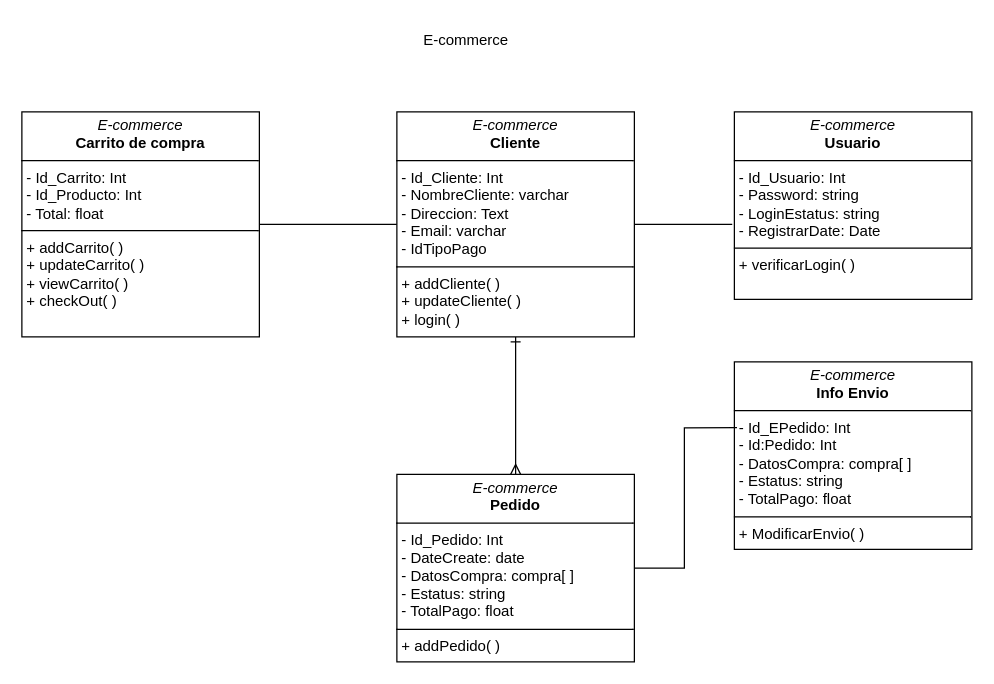
This is page "DigramasClases" (3 of 5) of HerramientasCase.drawio from JlchavezG/HCaseUhab, a draw.io file, before an edit. Source tidied: cells renumbered, new cells numbered last; positions are measured from the earlier drawing's top-left corner, leaving out a move shared by most shapes. Both pictures are drawn from the tidied source at 125%, with x=0, y=0 at pixel (21, 21).
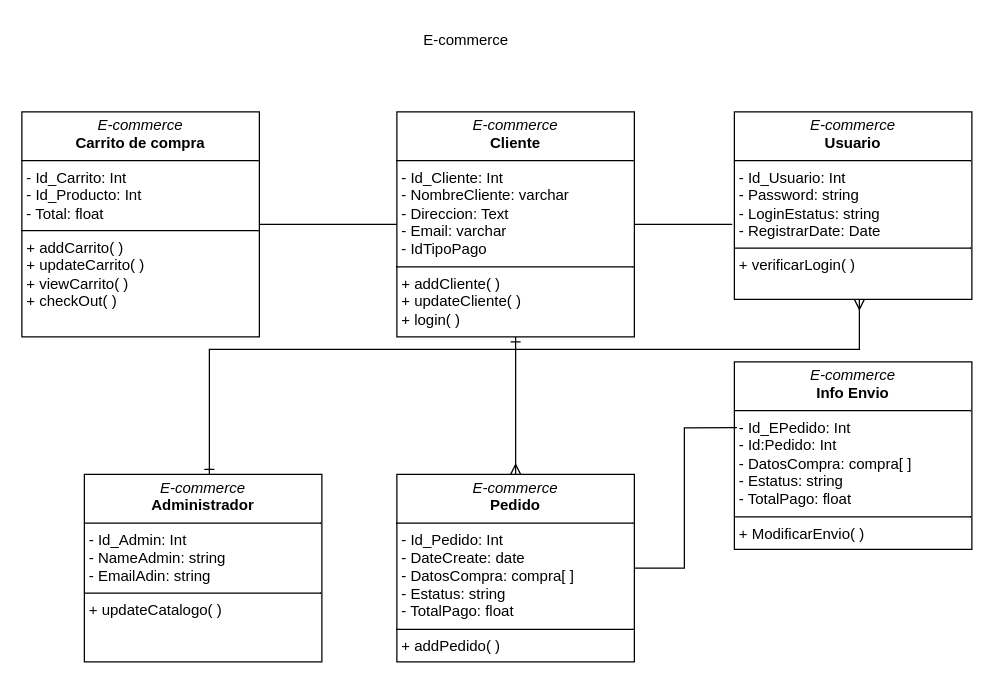
After the change.

What changed in the source:
```diff
@@
 <mxGraphModel>
   <root>
     <mxCell id="0" />
     <mxCell id="1" parent="0" />
     <mxCell id="2" value="E-commerce" style="text;html=1;align=center;verticalAlign=middle;strokeColor=none;fillColor=none;" parent="1" vertex="1">
       <mxGeometry x="310" width="90" height="30" as="geometry" />
     </mxCell>
     <mxCell id="3" style="edgeStyle=orthogonalEdgeStyle;rounded=0;jettySize=auto;html=1;entryX=0;entryY=0.5;entryDx=0;entryDy=0;endArrow=none;startFill=0;" parent="1" edge="1" source="4" target="5">
       <mxGeometry relative="1" as="geometry" />
     </mxCell>
     <mxCell id="4" value="&lt;p style=&quot;margin:0px;margin-top:4px;text-align:center;&quot;&gt;&lt;i&gt;E-commerce&lt;/i&gt;&lt;br&gt;&lt;b&gt;Carrito de compra&lt;/b&gt;&lt;/p&gt;&lt;hr size=&quot;1&quot; style=&quot;border-style:solid;&quot;&gt;&lt;p style=&quot;margin:0px;margin-left:4px;&quot;&gt;- Id_Carrito: Int&lt;br&gt;- Id_Producto: Int&lt;/p&gt;&lt;p style=&quot;margin:0px;margin-left:4px;&quot;&gt;- Total: float&lt;/p&gt;&lt;hr size=&quot;1&quot; style=&quot;border-style:solid;&quot;&gt;&lt;p style=&quot;margin:0px;margin-left:4px;&quot;&gt;+ addCarrito( )&lt;br&gt;+ updateCarrito( )&lt;/p&gt;&lt;p style=&quot;margin:0px;margin-left:4px;&quot;&gt;+ viewCarrito( )&lt;/p&gt;&lt;p style=&quot;margin:0px;margin-left:4px;&quot;&gt;+ checkOut( )&lt;/p&gt;&lt;p style=&quot;margin:0px;margin-left:4px;&quot;&gt;&lt;br&gt;&lt;/p&gt;&lt;p style=&quot;margin:0px;margin-left:4px;&quot;&gt;&lt;br&gt;&lt;/p&gt;" style="verticalAlign=top;align=left;overflow=fill;html=1;whiteSpace=wrap;" parent="1" vertex="1">
       <mxGeometry y="72" width="190" height="180" as="geometry" />
     </mxCell>
     <mxCell id="5" value="&lt;p style=&quot;margin:0px;margin-top:4px;text-align:center;&quot;&gt;&lt;i&gt;E-commerce&lt;/i&gt;&lt;br&gt;&lt;b&gt;Cliente&lt;/b&gt;&lt;/p&gt;&lt;hr size=&quot;1&quot; style=&quot;border-style:solid;&quot;&gt;&lt;p style=&quot;margin:0px;margin-left:4px;&quot;&gt;- Id_Cliente&lt;span style=&quot;background-color: transparent; color: light-dark(rgb(0, 0, 0), rgb(255, 255, 255));&quot;&gt;: Int&lt;/span&gt;&lt;/p&gt;&lt;p style=&quot;margin:0px;margin-left:4px;&quot;&gt;- NombreCliente: varchar&lt;/p&gt;&lt;p style=&quot;margin:0px;margin-left:4px;&quot;&gt;- Direccion: Text&lt;/p&gt;&lt;p style=&quot;margin:0px;margin-left:4px;&quot;&gt;- Email: varchar&lt;/p&gt;&lt;p style=&quot;margin:0px;margin-left:4px;&quot;&gt;- IdTipoPago&lt;/p&gt;&lt;hr size=&quot;1&quot; style=&quot;border-style:solid;&quot;&gt;&lt;p style=&quot;margin:0px;margin-left:4px;&quot;&gt;+ addCliente( )&lt;br&gt;+ updateCliente( )&lt;/p&gt;&lt;p style=&quot;margin:0px;margin-left:4px;&quot;&gt;+ login( )&lt;/p&gt;" style="verticalAlign=top;align=left;overflow=fill;html=1;whiteSpace=wrap;" parent="1" vertex="1">
       <mxGeometry x="300" y="72" width="190" height="180" as="geometry" />
     </mxCell>
     <mxCell id="6" value="&lt;p style=&quot;margin:0px;margin-top:4px;text-align:center;&quot;&gt;&lt;i&gt;E-commerce&lt;/i&gt;&lt;br&gt;&lt;b&gt;Usuario&lt;/b&gt;&lt;/p&gt;&lt;hr size=&quot;1&quot; style=&quot;border-style:solid;&quot;&gt;&lt;p style=&quot;margin:0px;margin-left:4px;&quot;&gt;- Id_Usuario&lt;span style=&quot;background-color: transparent; color: light-dark(rgb(0, 0, 0), rgb(255, 255, 255));&quot;&gt;: Int&lt;/span&gt;&lt;/p&gt;&lt;p style=&quot;margin:0px;margin-left:4px;&quot;&gt;- Password: string&lt;/p&gt;&lt;p style=&quot;margin:0px;margin-left:4px;&quot;&gt;- LoginEstatus: string&lt;/p&gt;&lt;p style=&quot;margin:0px;margin-left:4px;&quot;&gt;- RegistrarDate: Date&lt;/p&gt;&lt;hr size=&quot;1&quot; style=&quot;border-style:solid;&quot;&gt;&lt;p style=&quot;margin:0px;margin-left:4px;&quot;&gt;+ verificarLogin( )&lt;br&gt;&lt;/p&gt;" style="verticalAlign=top;align=left;overflow=fill;html=1;whiteSpace=wrap;" parent="1" vertex="1">
       <mxGeometry x="570" y="72" width="190" height="150" as="geometry" />
     </mxCell>
     <mxCell id="7" style="edgeStyle=orthogonalEdgeStyle;rounded=0;jettySize=auto;html=1;entryX=-0.009;entryY=0.6;entryDx=0;entryDy=0;entryPerimeter=0;endArrow=none;startFill=0;" parent="1" edge="1" source="5" target="6">
       <mxGeometry relative="1" as="geometry" />
     </mxCell>
     <mxCell id="8" style="edgeStyle=orthogonalEdgeStyle;rounded=0;jettySize=auto;html=1;entryX=0.5;entryY=1;entryDx=0;entryDy=0;endArrow=ERone;endFill=0;startArrow=ERmany;startFill=0;" parent="1" edge="1" source="9" target="5">
       <mxGeometry relative="1" as="geometry" />
     </mxCell>
     <mxCell id="9" value="&lt;p style=&quot;margin:0px;margin-top:4px;text-align:center;&quot;&gt;&lt;i&gt;E-commerce&lt;/i&gt;&lt;br&gt;&lt;b&gt;Pedido&lt;/b&gt;&lt;/p&gt;&lt;hr size=&quot;1&quot; style=&quot;border-style:solid;&quot;&gt;&lt;p style=&quot;margin:0px;margin-left:4px;&quot;&gt;- Id_Pedido&lt;span style=&quot;background-color: transparent; color: light-dark(rgb(0, 0, 0), rgb(255, 255, 255));&quot;&gt;: Int&lt;/span&gt;&lt;/p&gt;&lt;p style=&quot;margin:0px;margin-left:4px;&quot;&gt;- DateCreate: date&lt;/p&gt;&lt;p style=&quot;margin:0px;margin-left:4px;&quot;&gt;- DatosCompra: compra[ ]&lt;/p&gt;&lt;p style=&quot;margin:0px;margin-left:4px;&quot;&gt;- Estatus: string&lt;/p&gt;&lt;p style=&quot;margin:0px;margin-left:4px;&quot;&gt;- TotalPago: float&lt;/p&gt;&lt;hr size=&quot;1&quot; style=&quot;border-style:solid;&quot;&gt;&lt;p style=&quot;margin:0px;margin-left:4px;&quot;&gt;+ addPedido( )&lt;br&gt;&lt;/p&gt;" style="verticalAlign=top;align=left;overflow=fill;html=1;whiteSpace=wrap;" parent="1" vertex="1">
       <mxGeometry x="300" y="362" width="190" height="150" as="geometry" />
     </mxCell>
     <mxCell id="10" value="&lt;p style=&quot;margin:0px;margin-top:4px;text-align:center;&quot;&gt;&lt;i&gt;E-commerce&lt;/i&gt;&lt;br&gt;&lt;b&gt;Info Envio&lt;/b&gt;&lt;/p&gt;&lt;hr size=&quot;1&quot; style=&quot;border-style:solid;&quot;&gt;&lt;p style=&quot;margin:0px;margin-left:4px;&quot;&gt;- Id_EPedido&lt;span style=&quot;background-color: transparent; color: light-dark(rgb(0, 0, 0), rgb(255, 255, 255));&quot;&gt;: Int&lt;/span&gt;&lt;/p&gt;&lt;p style=&quot;margin:0px;margin-left:4px;&quot;&gt;- Id:Pedido: Int&lt;/p&gt;&lt;p style=&quot;margin:0px;margin-left:4px;&quot;&gt;- DatosCompra: compra[ ]&lt;/p&gt;&lt;p style=&quot;margin:0px;margin-left:4px;&quot;&gt;- Estatus: string&lt;/p&gt;&lt;p style=&quot;margin:0px;margin-left:4px;&quot;&gt;- TotalPago: float&lt;/p&gt;&lt;hr size=&quot;1&quot; style=&quot;border-style:solid;&quot;&gt;&lt;p style=&quot;margin:0px;margin-left:4px;&quot;&gt;+ ModificarEnvio( )&lt;br&gt;&lt;/p&gt;" style="verticalAlign=top;align=left;overflow=fill;html=1;whiteSpace=wrap;" parent="1" vertex="1">
       <mxGeometry x="570" y="272" width="190" height="150" as="geometry" />
     </mxCell>
     <mxCell id="11" style="edgeStyle=orthogonalEdgeStyle;rounded=0;jettySize=auto;html=1;entryX=0.011;entryY=0.351;entryDx=0;entryDy=0;entryPerimeter=0;endArrow=none;startFill=0;" parent="1" edge="1" source="9" target="10">
       <mxGeometry relative="1" as="geometry" />
     </mxCell>
+    <mxCell id="12" style="edgeStyle=orthogonalEdgeStyle;rounded=0;orthogonalLoop=1;jettySize=auto;html=1;entryX=0.5;entryY=1;entryDx=0;entryDy=0;endArrow=ERmany;startFill=0;startArrow=ERone;endFill=0;" parent="1" edge="1">
+      <mxGeometry relative="1" as="geometry">
+        <mxPoint x="150" y="362" as="sourcePoint" />
+        <mxPoint x="670" y="222" as="targetPoint" />
+        <Array as="points">
+          <mxPoint x="150" y="262" />
+          <mxPoint x="670" y="262" />
+        </Array>
+      </mxGeometry>
+    </mxCell>
+    <mxCell id="13" value="&lt;p style=&quot;margin:0px;margin-top:4px;text-align:center;&quot;&gt;&lt;i&gt;E-commerce&lt;/i&gt;&lt;br&gt;&lt;b&gt;Administrador&lt;/b&gt;&lt;/p&gt;&lt;hr size=&quot;1&quot; style=&quot;border-style:solid;&quot;&gt;&lt;p style=&quot;margin:0px;margin-left:4px;&quot;&gt;- Id_Admin&lt;span style=&quot;background-color: transparent; color: light-dark(rgb(0, 0, 0), rgb(255, 255, 255));&quot;&gt;: Int&lt;/span&gt;&lt;/p&gt;&lt;p style=&quot;margin:0px;margin-left:4px;&quot;&gt;- NameAdmin: string&lt;/p&gt;&lt;p style=&quot;margin:0px;margin-left:4px;&quot;&gt;- EmailAdin: string&lt;/p&gt;&lt;hr size=&quot;1&quot; style=&quot;border-style:solid;&quot;&gt;&lt;p style=&quot;margin:0px;margin-left:4px;&quot;&gt;+ updateCatalogo( )&lt;br&gt;&lt;/p&gt;" style="verticalAlign=top;align=left;overflow=fill;html=1;whiteSpace=wrap;" parent="1" vertex="1">
+      <mxGeometry x="50" y="362" width="190" height="150" as="geometry" />
+    </mxCell>
   </root>
 </mxGraphModel>
```
